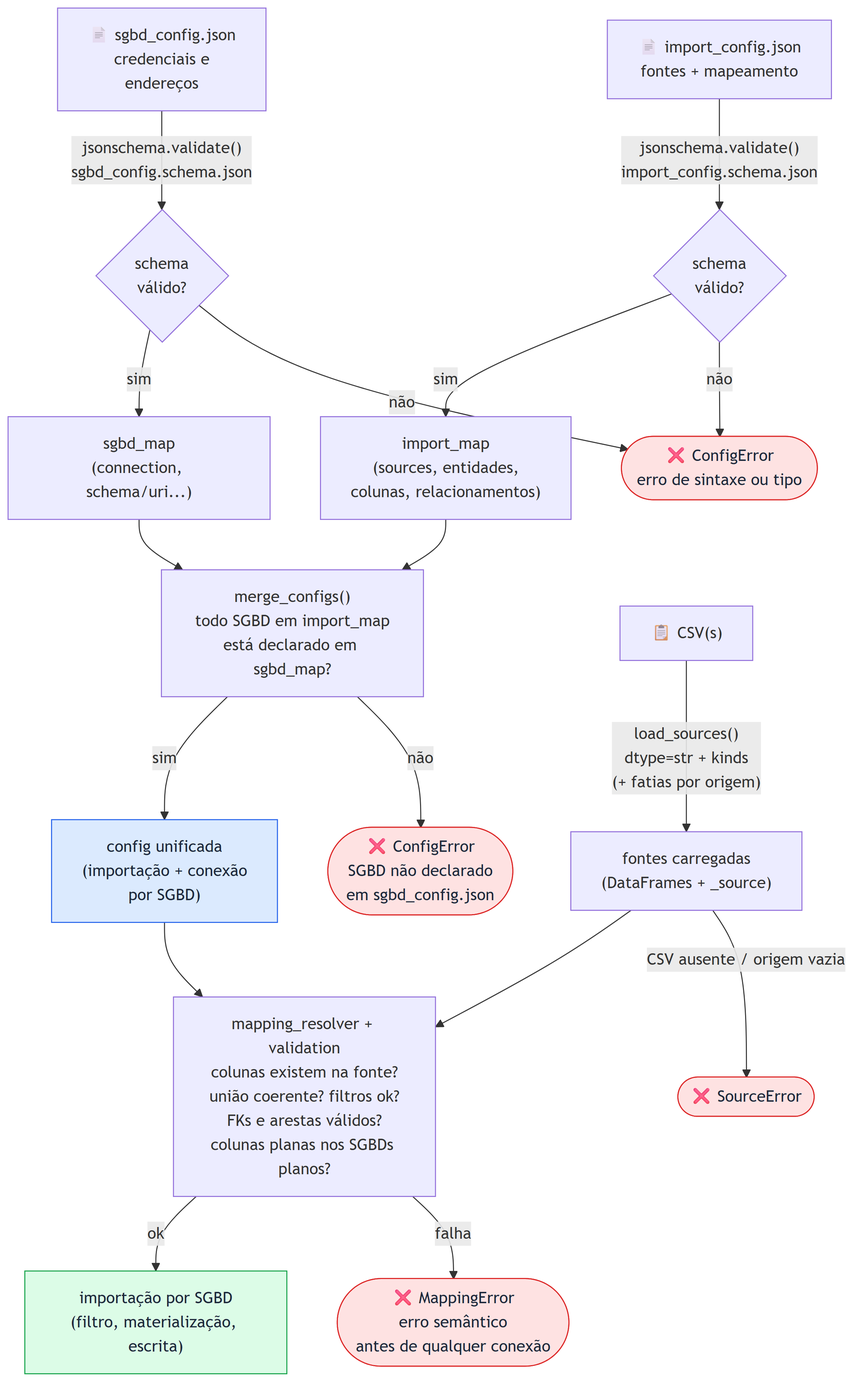
Earlier version of the Mermaid export docs-tcc/images/figure10-config-pipeline.png (lucasbc92/polyglot-import-csv). Its source is kept beside it as docs-tcc/images/figure10-config-pipeline.mmd. The source it was exported from:
```mermaid
flowchart TD
    A["📄 import_config.json\nfontes + mapeamento"] -->|"jsonschema.validate()\nimport_config.schema.json"| B{schema\nválido?}
    C["📄 sgbd_config.json\ncredenciais e\nendereços"] -->|"jsonschema.validate()\nsgbd_config.schema.json"| D{schema\nválido?}

    B -->|não| E(["❌ ConfigError\nerro de sintaxe ou tipo"])
    D -->|não| E

    B -->|sim| F["import_map\n(sources, entidades,\ncolunas, relacionamentos)"]
    D -->|sim| G["sgbd_map\n(connection, schema/uri...)"]

    F --> H["merge_configs()\ntodo SGBD em import_map\nestá declarado em sgbd_map?"]
    G --> H

    H -->|não| I(["❌ ConfigError\nSGBD não declarado\nem sgbd_config.json"])
    H -->|sim| J["config unificada\n(importação + conexão\npor SGBD)"]

    K["📋 CSV(s)"] -->|"load_sources()\ndtype=str + kinds\n(+ fatias por origem)"| L["fontes carregadas\n(DataFrames + _source)"]

    L -->|"CSV ausente / origem vazia"| SE(["❌ SourceError"])

    J --> M["mapping_resolver + validation\ncolunas existem na fonte?\nunião coerente? filtros ok?\nFKs e arestas válidos?\ncolunas planas nos SGBDs planos?"]
    L --> M

    M -->|falha| N(["❌ MappingError\nerro semântico\nantes de qualquer conexão"])
    M -->|ok| O["importação por SGBD\n(filtro, materialização, escrita)"]

    style E fill:#fee2e2,stroke:#dc2626,color:#1e293b
    style I fill:#fee2e2,stroke:#dc2626,color:#1e293b
    style N fill:#fee2e2,stroke:#dc2626,color:#1e293b
    style SE fill:#fee2e2,stroke:#dc2626,color:#1e293b
    style O fill:#dcfce7,stroke:#16a34a,color:#1e293b
    style J fill:#dbeafe,stroke:#2563eb,color:#1e293b
```
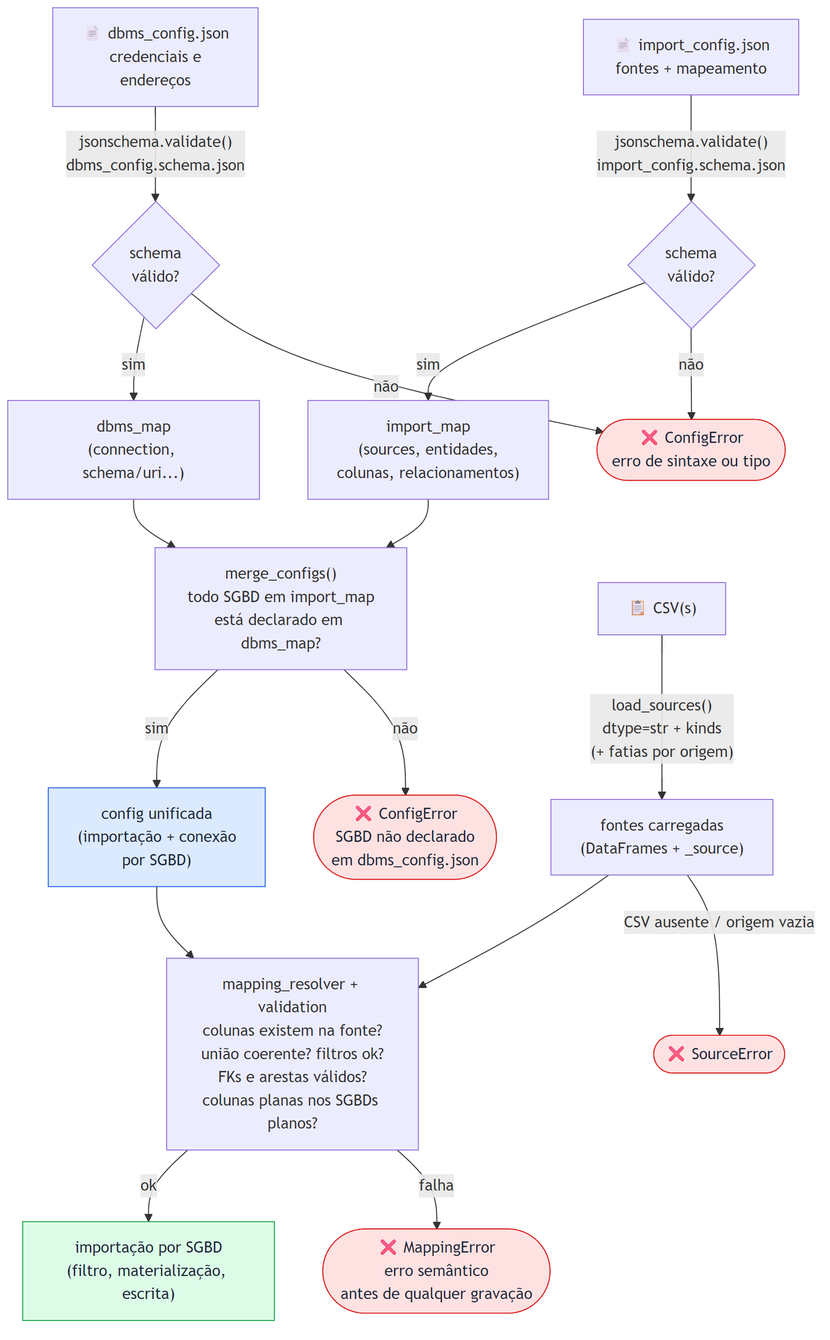
After the change.

The edit, as a diff of the source:
```diff
@@ -1,17 +1,17 @@
 flowchart TD
     A["📄 import_config.json\nfontes + mapeamento"] -->|"jsonschema.validate()\nimport_config.schema.json"| B{schema\nválido?}
-    C["📄 sgbd_config.json\ncredenciais e\nendereços"] -->|"jsonschema.validate()\nsgbd_config.schema.json"| D{schema\nválido?}
+    C["📄 dbms_config.json\ncredenciais e\nendereços"] -->|"jsonschema.validate()\ndbms_config.schema.json"| D{schema\nválido?}
 
     B -->|não| E(["❌ ConfigError\nerro de sintaxe ou tipo"])
     D -->|não| E
 
     B -->|sim| F["import_map\n(sources, entidades,\ncolunas, relacionamentos)"]
-    D -->|sim| G["sgbd_map\n(connection, schema/uri...)"]
+    D -->|sim| G["dbms_map\n(connection, schema/uri...)"]
 
-    F --> H["merge_configs()\ntodo SGBD em import_map\nestá declarado em sgbd_map?"]
+    F --> H["merge_configs()\ntodo SGBD em import_map\nestá declarado em dbms_map?"]
     G --> H
 
-    H -->|não| I(["❌ ConfigError\nSGBD não declarado\nem sgbd_config.json"])
+    H -->|não| I(["❌ ConfigError\nSGBD não declarado\nem dbms_config.json"])
     H -->|sim| J["config unificada\n(importação + conexão\npor SGBD)"]
 
     K["📋 CSV(s)"] -->|"load_sources()\ndtype=str + kinds\n(+ fatias por origem)"| L["fontes carregadas\n(DataFrames + _source)"]
@@ -21,7 +21,7 @@
     J --> M["mapping_resolver + validation\ncolunas existem na fonte?\nunião coerente? filtros ok?\nFKs e arestas válidos?\ncolunas planas nos SGBDs planos?"]
     L --> M
 
-    M -->|falha| N(["❌ MappingError\nerro semântico\nantes de qualquer conexão"])
+    M -->|falha| N(["❌ MappingError\nerro semântico\nantes de qualquer gravação"])
     M -->|ok| O["importação por SGBD\n(filtro, materialização, escrita)"]
 
     style E fill:#fee2e2,stroke:#dc2626,color:#1e293b
```
